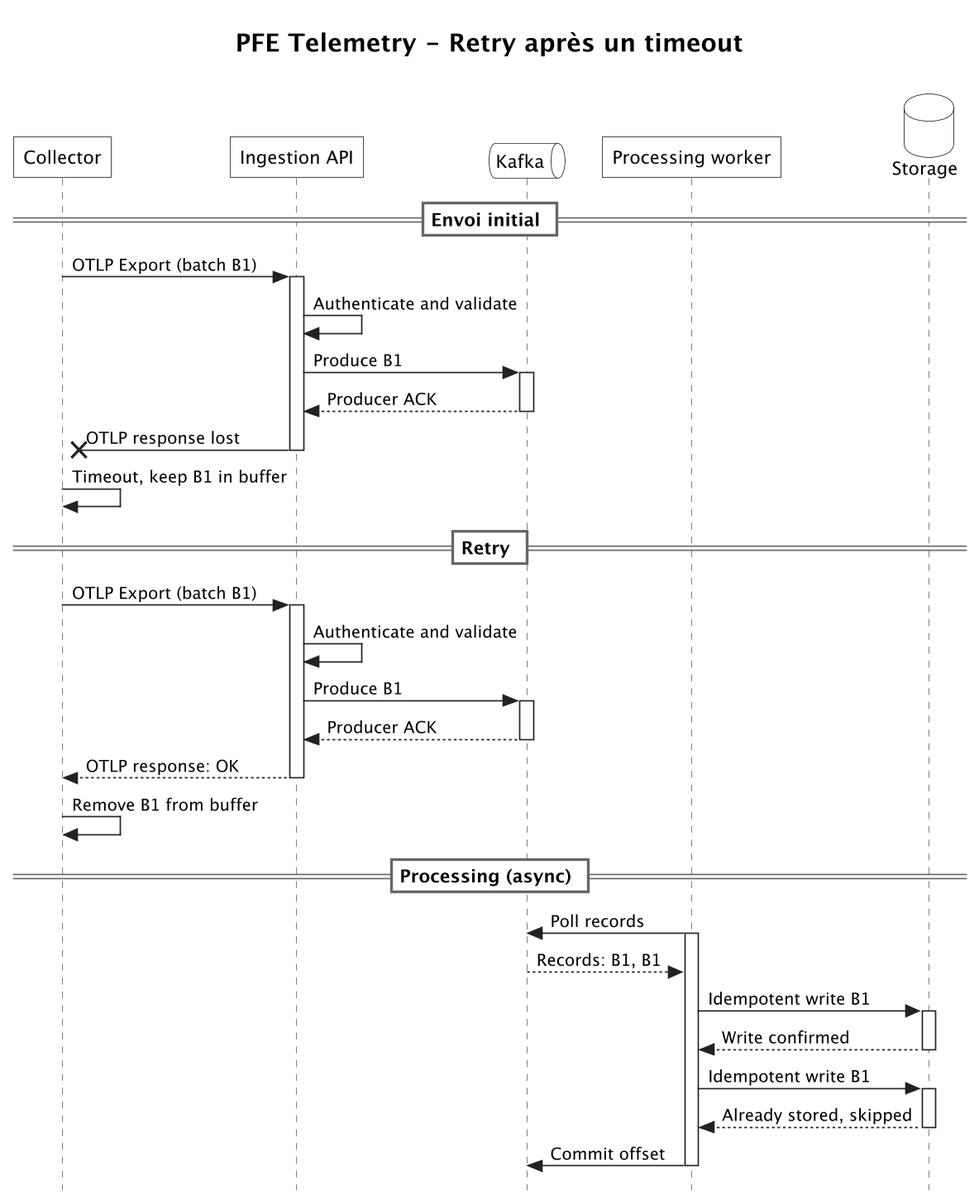
theodore-lheureux/pfe-telemetry keeps this PlantUML diagram as docs/telemetry-retry.png. Above is the earlier version. Its source is kept beside it as docs/telemetry-retry.puml.
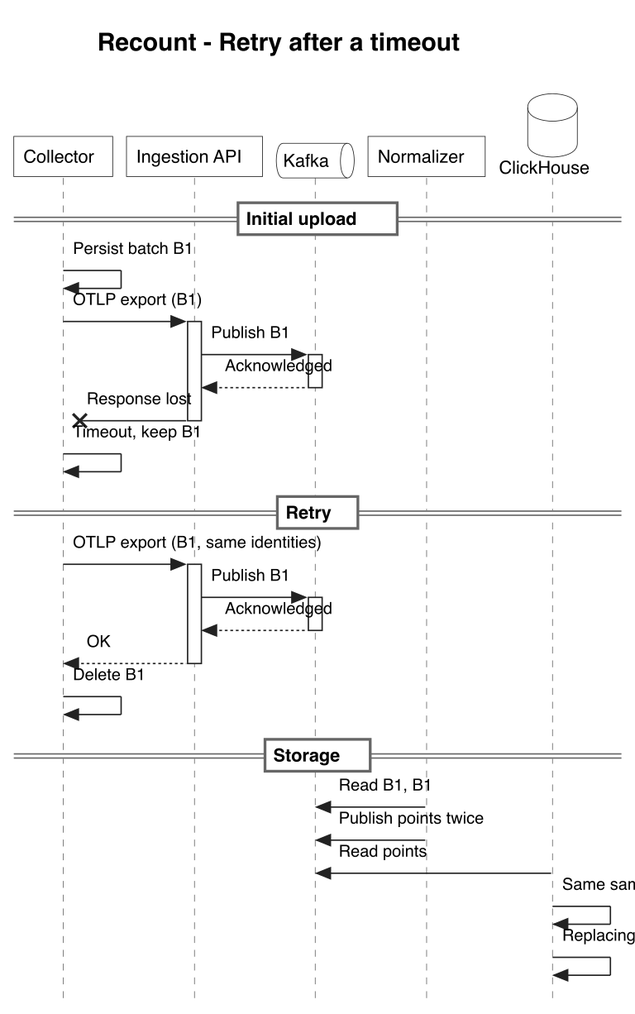
Above is the later version.

Diff of the diagram source:
```diff
@@ -2,40 +2,35 @@
 !pragma teoz true
 !include diagram-style.iuml
 
-title PFE Telemetry - Retry après un timeout
+title Recount - Retry after a timeout
 skinparam style strictuml
 hide footbox
 
 participant "Collector" as collector
 participant "Ingestion API" as ingestion
 queue "Kafka" as kafka
-participant "Processing worker" as worker
-database "Storage" as storage
+participant "Normalizer" as normalizer
+database "ClickHouse" as clickhouse
 
-== Envoi initial ==
-collector -> ingestion ++ : OTLP Export (batch B1)
-ingestion -> ingestion : Authenticate and validate
-ingestion -> kafka ++ : Produce B1
-kafka --> ingestion -- : Producer ACK
-ingestion ->x collector -- : OTLP response lost
-collector -> collector : Timeout, keep B1 in buffer
+== Initial upload ==
+collector -> collector : Persist batch B1
+collector -> ingestion ++ : OTLP export (B1)
+ingestion -> kafka ++ : Publish B1
+kafka --> ingestion -- : Acknowledged
+ingestion ->x collector -- : Response lost
+collector -> collector : Timeout, keep B1
 
 == Retry ==
-collector -> ingestion ++ : OTLP Export (batch B1)
-ingestion -> ingestion : Authenticate and validate
-ingestion -> kafka ++ : Produce B1
-kafka --> ingestion -- : Producer ACK
-ingestion --> collector -- : OTLP response: OK
-collector -> collector : Remove B1 from buffer
+collector -> ingestion ++ : OTLP export (B1, same identities)
+ingestion -> kafka ++ : Publish B1
+kafka --> ingestion -- : Acknowledged
+ingestion --> collector -- : OK
+collector -> collector : Delete B1
 
-== Processing (async) ==
-worker -> kafka : Poll records
-activate worker
-kafka --> worker : Records: B1, B1
-worker -> storage ++ : Idempotent write B1
-storage --> worker -- : Write confirmed
-worker -> storage ++ : Idempotent write B1
-storage --> worker -- : Already stored, skipped
-worker -> kafka : Commit offset
-deactivate worker
+== Storage ==
+normalizer -> kafka : Read B1, B1
+normalizer -> kafka : Publish points twice
+clickhouse -> kafka : Read points
+clickhouse -> clickhouse : Same sample identity
+clickhouse -> clickhouse : ReplacingMergeTree keeps one row
 @enduml
```
